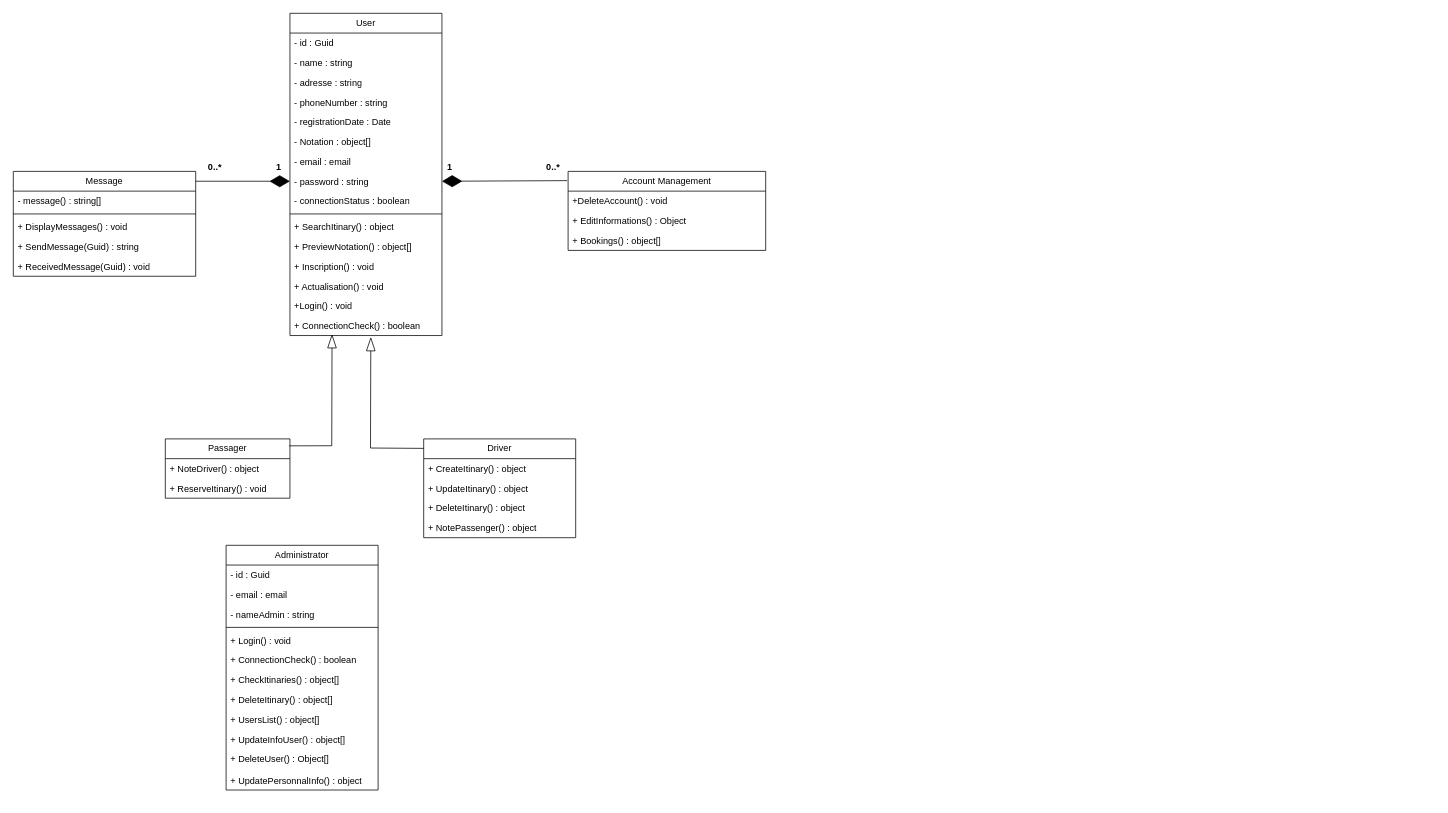
The draw.io diagram uml/DiagrammeClasses.drawio in Mathieu-Maillot/projetFileRouge, before the edit. Source tidied: cells renumbered, new cells numbered last; positions are measured from the earlier drawing's top-left corner, leaving out a move shared by most shapes. Both pictures are drawn from the tidied source at 76%, with x=0, y=0 at pixel (13, 13).
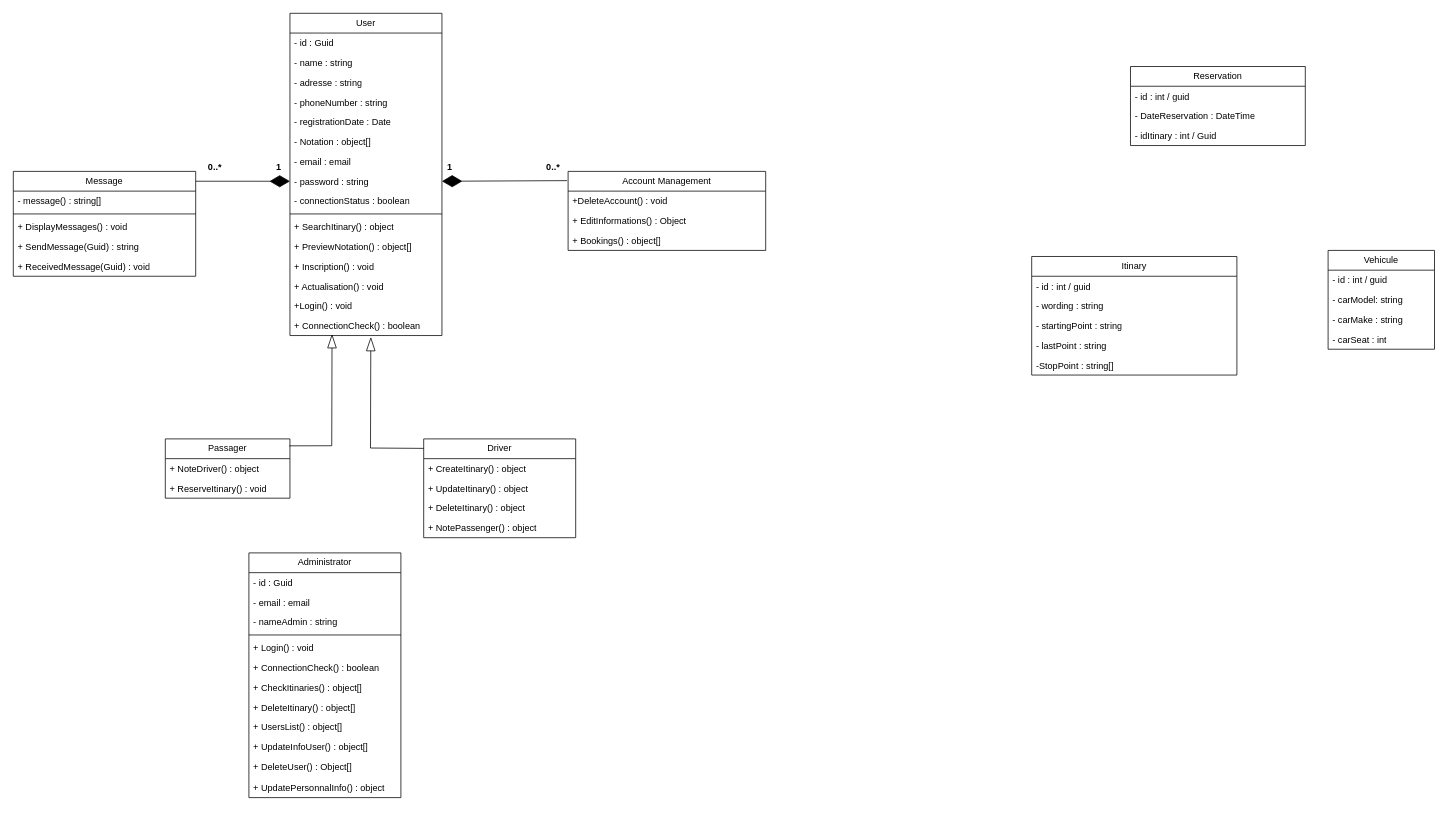
The same page after the edit.

What changed in the source:
```diff
@@
     <mxCell id="19" value="Administrator" style="swimlane;fontStyle=0;horizontal=1;startSize=26;fillColor=none;whiteSpace=wrap;html=1;" parent="1" vertex="1">
-      <mxGeometry x="280" y="700" width="200" height="322" as="geometry" />
+      <mxGeometry x="310" y="710" width="200" height="322" as="geometry" />
     </mxCell>
@@
+    <mxCell id="58" value="Reservation" style="swimlane;fontStyle=0;horizontal=1;startSize=26;fillColor=none;whiteSpace=wrap;html=1;" parent="1" vertex="1">
+      <mxGeometry x="1470" y="70" width="230" height="104" as="geometry" />
+    </mxCell>
+    <mxCell id="59" value="- id : int / guid" style="text;strokeColor=none;fillColor=none;align=left;verticalAlign=top;spacingLeft=4;spacingRight=4;overflow=hidden;whiteSpace=wrap;html=1;" parent="58" vertex="1">
+      <mxGeometry y="26" width="230" height="26" as="geometry" />
+    </mxCell>
+    <mxCell id="60" value="- DateReservation : DateTime" style="text;strokeColor=none;fillColor=none;align=left;verticalAlign=top;spacingLeft=4;spacingRight=4;overflow=hidden;whiteSpace=wrap;html=1;" parent="58" vertex="1">
+      <mxGeometry y="52" width="230" height="26" as="geometry" />
+    </mxCell>
+    <mxCell id="61" value="- idItinary : int / Guid" style="text;strokeColor=none;fillColor=none;align=left;verticalAlign=top;spacingLeft=4;spacingRight=4;overflow=hidden;whiteSpace=wrap;html=1;" parent="58" vertex="1">
+      <mxGeometry y="78" width="230" height="26" as="geometry" />
+    </mxCell>
+    <mxCell id="62" value="Itinary" style="swimlane;fontStyle=0;horizontal=1;startSize=26;fillColor=none;whiteSpace=wrap;html=1;" parent="1" vertex="1">
+      <mxGeometry x="1340" y="320" width="270" height="156" as="geometry" />
+    </mxCell>
+    <mxCell id="63" value="- id : int / guid" style="text;strokeColor=none;fillColor=none;align=left;verticalAlign=top;spacingLeft=4;spacingRight=4;overflow=hidden;whiteSpace=wrap;html=1;" parent="62" vertex="1">
+      <mxGeometry y="26" width="270" height="26" as="geometry" />
+    </mxCell>
+    <mxCell id="64" value="- wording : string" style="text;strokeColor=none;fillColor=none;align=left;verticalAlign=top;spacingLeft=4;spacingRight=4;overflow=hidden;whiteSpace=wrap;html=1;" parent="62" vertex="1">
+      <mxGeometry y="52" width="270" height="26" as="geometry" />
+    </mxCell>
+    <mxCell id="65" value="- startingPoint : string" style="text;strokeColor=none;fillColor=none;align=left;verticalAlign=top;spacingLeft=4;spacingRight=4;overflow=hidden;whiteSpace=wrap;html=1;" parent="62" vertex="1">
+      <mxGeometry y="78" width="270" height="26" as="geometry" />
+    </mxCell>
+    <mxCell id="66" value="- lastPoint : string" style="text;strokeColor=none;fillColor=none;align=left;verticalAlign=top;spacingLeft=4;spacingRight=4;overflow=hidden;whiteSpace=wrap;html=1;" parent="62" vertex="1">
+      <mxGeometry y="104" width="270" height="26" as="geometry" />
+    </mxCell>
+    <mxCell id="67" value="-StopPoint : string[]" style="text;strokeColor=none;fillColor=none;align=left;verticalAlign=top;spacingLeft=4;spacingRight=4;overflow=hidden;whiteSpace=wrap;html=1;" parent="62" vertex="1">
+      <mxGeometry y="130" width="270" height="26" as="geometry" />
+    </mxCell>
+    <mxCell id="68" value="Vehicule" style="swimlane;fontStyle=0;horizontal=1;startSize=26;fillColor=none;whiteSpace=wrap;html=1;" parent="1" vertex="1">
+      <mxGeometry x="1730" y="312" width="140" height="130" as="geometry" />
+    </mxCell>
+    <mxCell id="69" value="- id : int / guid" style="text;strokeColor=none;fillColor=none;align=left;verticalAlign=top;spacingLeft=4;spacingRight=4;overflow=hidden;whiteSpace=wrap;html=1;" parent="68" vertex="1">
+      <mxGeometry y="26" width="140" height="26" as="geometry" />
+    </mxCell>
+    <mxCell id="70" value="- carModel: string" style="text;strokeColor=none;fillColor=none;align=left;verticalAlign=top;spacingLeft=4;spacingRight=4;overflow=hidden;whiteSpace=wrap;html=1;" parent="68" vertex="1">
+      <mxGeometry y="52" width="140" height="26" as="geometry" />
+    </mxCell>
+    <mxCell id="71" value="- carMake : string" style="text;strokeColor=none;fillColor=none;align=left;verticalAlign=top;spacingLeft=4;spacingRight=4;overflow=hidden;whiteSpace=wrap;html=1;" parent="68" vertex="1">
+      <mxGeometry y="78" width="140" height="26" as="geometry" />
+    </mxCell>
+    <mxCell id="72" value="- carSeat : int" style="text;strokeColor=none;fillColor=none;align=left;verticalAlign=top;spacingLeft=4;spacingRight=4;overflow=hidden;whiteSpace=wrap;html=1;" parent="68" vertex="1">
+      <mxGeometry y="104" width="140" height="26" as="geometry" />
+    </mxCell>
```
